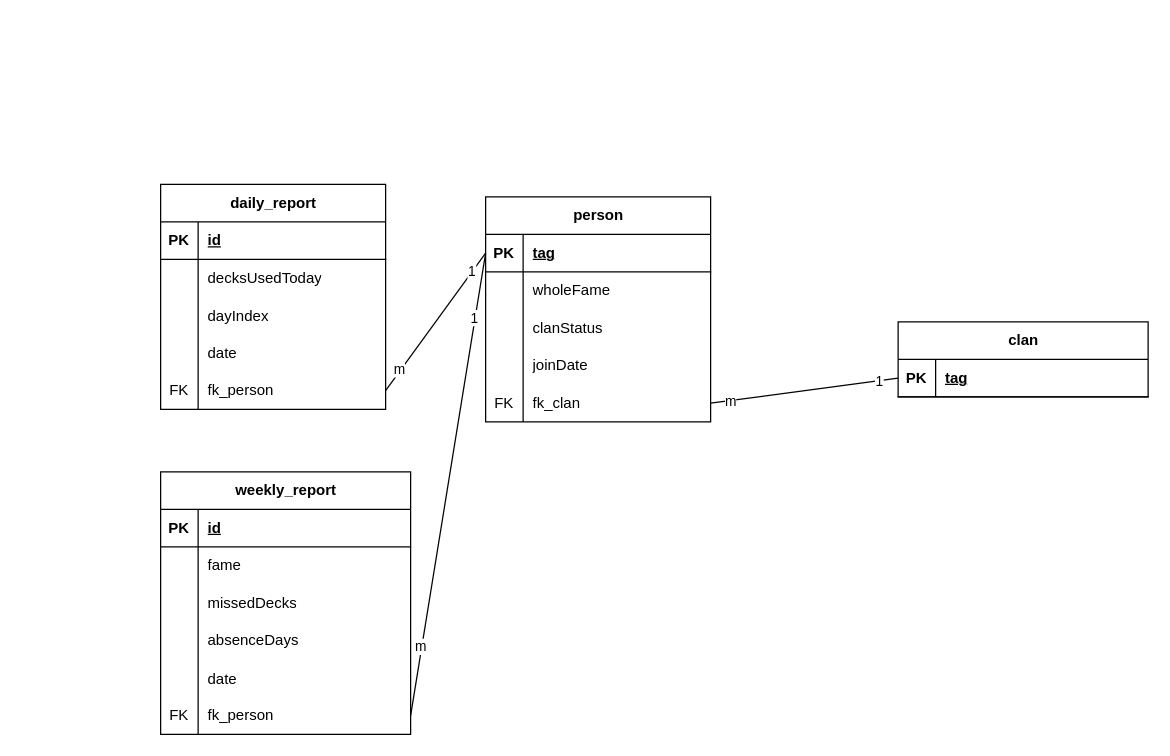
jan-schaefli-github/Boost-for-you-B4U keeps this draw.io diagram as .Diagramme/DiagrammDatabase.drawio. Above is the earlier version. Source tidied: cells renumbered, new cells numbered last; positions are measured from the earlier drawing's top-left corner, leaving out a move shared by most shapes. Both pictures are drawn from the tidied source at 125%, with x=0, y=0 at pixel (160, 184).
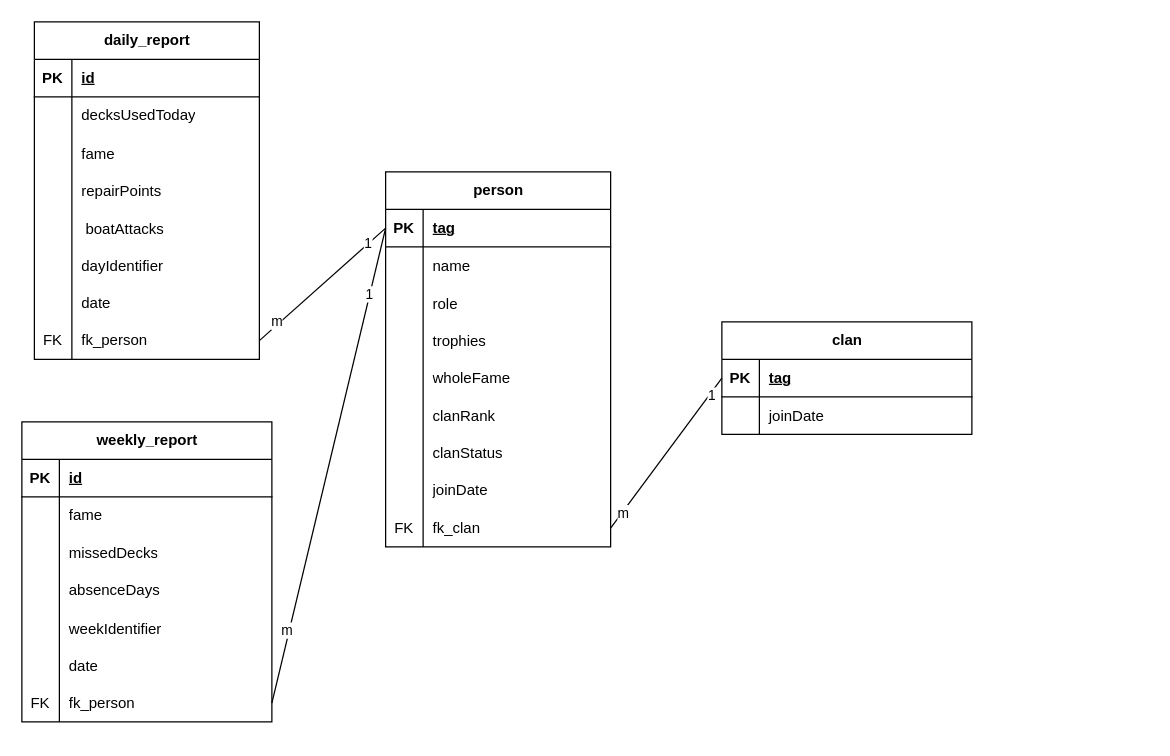
After the change.

Diff of the diagram source:
```diff
@@
     <mxCell id="2" value="daily_report" style="shape=table;startSize=30;childLayout=tableLayout;rowLines=0;fontStyle=1;align=center;html=1;" parent="1" vertex="1">
-      <mxGeometry width="180" height="180" as="geometry" />
+      <mxGeometry x="-101" y="-130" width="180" height="270" as="geometry" />
     </mxCell>
@@
+    <mxCell id="66" style="shape=tableRow;horizontal=0;startSize=0;swimlaneHead=0;swimlaneBody=0;fillColor=none;top=0;left=0;right=0;bottom=0;" parent="2" vertex="1">
+      <mxGeometry y="90" width="180" height="30" as="geometry" />
+    </mxCell>
+    <mxCell id="67" style="shape=partialRectangle;fillColor=none;top=0;left=0;bottom=0;right=0;overflow=hidden;" parent="66" vertex="1">
+      <mxGeometry width="30" height="30" as="geometry" />
+    </mxCell>
+    <mxCell id="68" value="fame" style="shape=partialRectangle;fillColor=none;top=0;left=0;bottom=0;right=0;align=left;spacingLeft=6;overflow=hidden;" parent="66" vertex="1">
+      <mxGeometry x="30" width="150" height="30" as="geometry" />
+    </mxCell>
+    <mxCell id="69" style="shape=tableRow;horizontal=0;startSize=0;swimlaneHead=0;swimlaneBody=0;fillColor=none;top=0;left=0;right=0;bottom=0;" parent="2" vertex="1">
+      <mxGeometry y="120" width="180" height="30" as="geometry" />
+    </mxCell>
+    <mxCell id="70" style="shape=partialRectangle;fillColor=none;top=0;left=0;bottom=0;right=0;overflow=hidden;" parent="69" vertex="1">
+      <mxGeometry width="30" height="30" as="geometry" />
+    </mxCell>
+    <mxCell id="71" value="repairPoints" style="shape=partialRectangle;fillColor=none;top=0;left=0;bottom=0;right=0;align=left;spacingLeft=6;overflow=hidden;" parent="69" vertex="1">
+      <mxGeometry x="30" width="150" height="30" as="geometry" />
+    </mxCell>
+    <mxCell id="72" style="shape=tableRow;horizontal=0;startSize=0;swimlaneHead=0;swimlaneBody=0;fillColor=none;top=0;left=0;right=0;bottom=0;" parent="2" vertex="1">
+      <mxGeometry y="150" width="180" height="30" as="geometry" />
+    </mxCell>
+    <mxCell id="73" style="shape=partialRectangle;fillColor=none;top=0;left=0;bottom=0;right=0;overflow=hidden;" parent="72" vertex="1">
+      <mxGeometry width="30" height="30" as="geometry" />
+    </mxCell>
+    <mxCell id="74" value=" boatAttacks" style="shape=partialRectangle;fillColor=none;top=0;left=0;bottom=0;right=0;align=left;spacingLeft=6;overflow=hidden;" parent="72" vertex="1">
+      <mxGeometry x="30" width="150" height="30" as="geometry" />
+    </mxCell>
     <mxCell id="9" style="shape=tableRow;horizontal=0;startSize=0;swimlaneHead=0;swimlaneBody=0;fillColor=none;top=0;left=0;right=0;bottom=0;" parent="2" vertex="1">
-      <mxGeometry y="90" width="180" height="30" as="geometry" />
+      <mxGeometry y="180" width="180" height="30" as="geometry" />
     </mxCell>
@@
-    <mxCell id="11" value="dayIndex" style="shape=partialRectangle;fillColor=none;top=0;left=0;bottom=0;right=0;align=left;spacingLeft=6;overflow=hidden;" parent="9" vertex="1">
+    <mxCell id="11" value="dayIdentifier" style="shape=partialRectangle;fillColor=none;top=0;left=0;bottom=0;right=0;align=left;spacingLeft=6;overflow=hidden;" parent="9" vertex="1">
       <mxGeometry x="30" width="150" height="30" as="geometry" />
     </mxCell>
     <mxCell id="12" style="shape=tableRow;horizontal=0;startSize=0;swimlaneHead=0;swimlaneBody=0;fillColor=none;top=0;left=0;right=0;bottom=0;" parent="2" vertex="1">
-      <mxGeometry y="120" width="180" height="30" as="geometry" />
+      <mxGeometry y="210" width="180" height="30" as="geometry" />
     </mxCell>
@@
     <mxCell id="15" style="shape=tableRow;horizontal=0;startSize=0;swimlaneHead=0;swimlaneBody=0;fillColor=none;points=[[0,0.5],[1,0.5]];portConstraint=eastwest;top=0;left=0;right=0;bottom=0;" parent="2" vertex="1">
-      <mxGeometry y="150" width="180" height="30" as="geometry" />
+      <mxGeometry y="240" width="180" height="30" as="geometry" />
     </mxCell>
@@
     <mxCell id="18" value="weekly_report" style="shape=table;startSize=30;childLayout=tableLayout;rowLines=0;fontStyle=1;align=center;html=1;" parent="1" vertex="1">
-      <mxGeometry y="230" width="200" height="210" as="geometry" />
+      <mxGeometry x="-111" y="190" width="200" height="240" as="geometry" />
     </mxCell>
@@
+    <mxCell id="75" style="shape=tableRow;horizontal=0;startSize=0;swimlaneHead=0;swimlaneBody=0;fillColor=none;top=0;left=0;right=0;bottom=0;" parent="18" vertex="1">
+      <mxGeometry y="150" width="200" height="30" as="geometry" />
+    </mxCell>
+    <mxCell id="76" style="shape=partialRectangle;fillColor=none;top=0;left=0;bottom=0;right=0;overflow=hidden;" parent="75" vertex="1">
+      <mxGeometry width="30" height="30" as="geometry" />
+    </mxCell>
+    <mxCell id="77" value="weekIdentifier" style="shape=partialRectangle;fillColor=none;top=0;left=0;bottom=0;right=0;align=left;spacingLeft=6;overflow=hidden;" parent="75" vertex="1">
+      <mxGeometry x="30" width="170" height="30" as="geometry" />
+    </mxCell>
     <mxCell id="31" style="shape=tableRow;horizontal=0;startSize=0;swimlaneHead=0;swimlaneBody=0;fillColor=none;top=0;left=0;right=0;bottom=0;" parent="18" vertex="1">
-      <mxGeometry y="150" width="200" height="30" as="geometry" />
+      <mxGeometry y="180" width="200" height="30" as="geometry" />
     </mxCell>
@@
     <mxCell id="34" style="shape=tableRow;horizontal=0;startSize=0;swimlaneHead=0;swimlaneBody=0;fillColor=none;points=[[0,0.5],[1,0.5]];portConstraint=eastwest;top=0;left=0;right=0;bottom=0;" parent="18" vertex="1">
-      <mxGeometry y="180" width="200" height="30" as="geometry" />
+      <mxGeometry y="210" width="200" height="30" as="geometry" />
     </mxCell>
@@
     <mxCell id="37" value="clan" style="shape=table;startSize=30;childLayout=tableLayout;rowLines=0;fontStyle=1;align=center;html=1;" parent="1" vertex="1">
-      <mxGeometry x="590" y="110" width="200" height="60" as="geometry" />
+      <mxGeometry x="449" y="110" width="200" height="90" as="geometry" />
     </mxCell>
@@
+    <mxCell id="78" style="shape=tableRow;horizontal=0;startSize=0;swimlaneHead=0;swimlaneBody=0;fillColor=none;top=0;left=0;right=0;bottom=0;" parent="37" vertex="1">
+      <mxGeometry y="60" width="200" height="30" as="geometry" />
+    </mxCell>
+    <mxCell id="79" style="shape=partialRectangle;fillColor=none;top=0;left=0;bottom=0;right=0;overflow=hidden;" parent="78" vertex="1">
+      <mxGeometry width="30" height="30" as="geometry" />
+    </mxCell>
+    <mxCell id="80" value="joinDate" style="shape=partialRectangle;fillColor=none;top=0;left=0;bottom=0;right=0;align=left;spacingLeft=6;overflow=hidden;" parent="78" vertex="1">
+      <mxGeometry x="30" width="170" height="30" as="geometry" />
+    </mxCell>
     <mxCell id="41" value="person" style="shape=table;startSize=30;childLayout=tableLayout;rowLines=0;fontStyle=1;align=center;html=1;" parent="1" vertex="1">
-      <mxGeometry x="260" y="10" width="180" height="180" as="geometry" />
+      <mxGeometry x="180" y="-10" width="180" height="300" as="geometry" />
     </mxCell>
@@
+    <mxCell id="81" style="shape=tableRow;horizontal=0;startSize=0;swimlaneHead=0;swimlaneBody=0;fillColor=none;top=0;left=0;right=0;bottom=0;" parent="41" vertex="1">
+      <mxGeometry y="60" width="180" height="30" as="geometry" />
+    </mxCell>
+    <mxCell id="82" style="shape=partialRectangle;fillColor=none;top=0;left=0;bottom=0;right=0;overflow=hidden;" parent="81" vertex="1">
+      <mxGeometry width="30" height="30" as="geometry" />
+    </mxCell>
+    <mxCell id="83" value="name" style="shape=partialRectangle;fillColor=none;top=0;left=0;bottom=0;right=0;align=left;spacingLeft=6;overflow=hidden;" parent="81" vertex="1">
+      <mxGeometry x="30" width="150" height="30" as="geometry" />
+    </mxCell>
+    <mxCell id="84" style="shape=tableRow;horizontal=0;startSize=0;swimlaneHead=0;swimlaneBody=0;fillColor=none;top=0;left=0;right=0;bottom=0;" parent="41" vertex="1">
+      <mxGeometry y="90" width="180" height="30" as="geometry" />
+    </mxCell>
+    <mxCell id="85" style="shape=partialRectangle;fillColor=none;top=0;left=0;bottom=0;right=0;overflow=hidden;" parent="84" vertex="1">
+      <mxGeometry width="30" height="30" as="geometry" />
+    </mxCell>
+    <mxCell id="86" value="role" style="shape=partialRectangle;fillColor=none;top=0;left=0;bottom=0;right=0;align=left;spacingLeft=6;overflow=hidden;" parent="84" vertex="1">
+      <mxGeometry x="30" width="150" height="30" as="geometry" />
+    </mxCell>
+    <mxCell id="87" style="shape=tableRow;horizontal=0;startSize=0;swimlaneHead=0;swimlaneBody=0;fillColor=none;top=0;left=0;right=0;bottom=0;" parent="41" vertex="1">
+      <mxGeometry y="120" width="180" height="30" as="geometry" />
+    </mxCell>
+    <mxCell id="88" style="shape=partialRectangle;fillColor=none;top=0;left=0;bottom=0;right=0;overflow=hidden;" parent="87" vertex="1">
+      <mxGeometry width="30" height="30" as="geometry" />
+    </mxCell>
+    <mxCell id="89" value="trophies" style="shape=partialRectangle;fillColor=none;top=0;left=0;bottom=0;right=0;align=left;spacingLeft=6;overflow=hidden;" parent="87" vertex="1">
+      <mxGeometry x="30" width="150" height="30" as="geometry" />
+    </mxCell>
     <mxCell id="45" style="shape=tableRow;horizontal=0;startSize=0;swimlaneHead=0;swimlaneBody=0;fillColor=none;top=0;left=0;right=0;bottom=0;" parent="41" vertex="1">
-      <mxGeometry y="60" width="180" height="30" as="geometry" />
+      <mxGeometry y="150" width="180" height="30" as="geometry" />
     </mxCell>
@@
+    <mxCell id="90" style="shape=tableRow;horizontal=0;startSize=0;swimlaneHead=0;swimlaneBody=0;fillColor=none;top=0;left=0;right=0;bottom=0;" parent="41" vertex="1">
+      <mxGeometry y="180" width="180" height="30" as="geometry" />
+    </mxCell>
+    <mxCell id="91" style="shape=partialRectangle;fillColor=none;top=0;left=0;bottom=0;right=0;overflow=hidden;" parent="90" vertex="1">
+      <mxGeometry width="30" height="30" as="geometry" />
+    </mxCell>
+    <mxCell id="92" value="clanRank" style="shape=partialRectangle;fillColor=none;top=0;left=0;bottom=0;right=0;align=left;spacingLeft=6;overflow=hidden;" parent="90" vertex="1">
+      <mxGeometry x="30" width="150" height="30" as="geometry" />
+    </mxCell>
     <mxCell id="48" style="shape=tableRow;horizontal=0;startSize=0;swimlaneHead=0;swimlaneBody=0;fillColor=none;top=0;left=0;right=0;bottom=0;" parent="41" vertex="1">
-      <mxGeometry y="90" width="180" height="30" as="geometry" />
+      <mxGeometry y="210" width="180" height="30" as="geometry" />
     </mxCell>
@@
     <mxCell id="51" style="shape=tableRow;horizontal=0;startSize=0;swimlaneHead=0;swimlaneBody=0;fillColor=none;top=0;left=0;right=0;bottom=0;" parent="41" vertex="1">
-      <mxGeometry y="120" width="180" height="30" as="geometry" />
+      <mxGeometry y="240" width="180" height="30" as="geometry" />
     </mxCell>
@@
     <mxCell id="54" style="shape=tableRow;horizontal=0;startSize=0;swimlaneHead=0;swimlaneBody=0;fillColor=none;points=[[0,0.5],[1,0.5]];portConstraint=eastwest;top=0;left=0;right=0;bottom=0;" parent="41" vertex="1">
-      <mxGeometry y="150" width="180" height="30" as="geometry" />
+      <mxGeometry y="270" width="180" height="30" as="geometry" />
     </mxCell>
```
